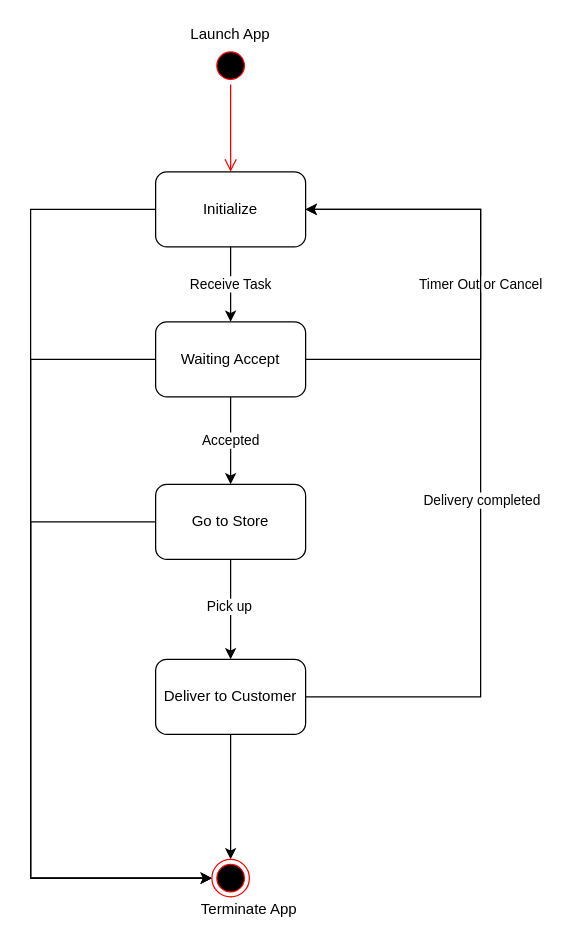
Before: page "status" (1 of 3) of EDP.drawio in cer-cer/notes, a draw.io diagram. Source tidied: cells renumbered, new cells numbered last; positions are measured from the earlier drawing's top-left corner, leaving out a move shared by most shapes. Both pictures are drawn from the tidied source at 125%, with x=0, y=0 at pixel (30, 21).
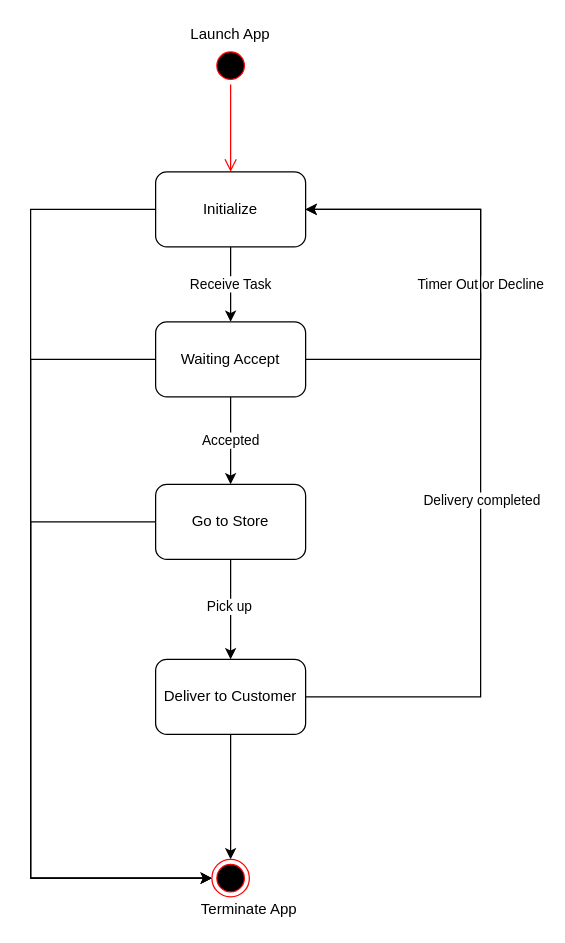
After the change.

The change refers to these unchanged cells:
```xml
<mxCell id="5" value="Waiting Accept" style="rounded=1;whiteSpace=wrap;html=1;" parent="1" vertex="1">
  <mxGeometry x="100" y="240" width="120" height="60" as="geometry" />
</mxCell>
<mxCell id="18" value="Initialize" style="rounded=1;whiteSpace=wrap;html=1;" parent="1" vertex="1">
  <mxGeometry x="100" y="120" width="120" height="60" as="geometry" />
</mxCell>
```

Diff of the diagram source:
```diff
@@
-    <mxCell id="4" value="Timer Out or Cancel" style="edgeStyle=orthogonalEdgeStyle;rounded=0;jettySize=auto;html=1;entryX=1;entryY=0.5;entryDx=0;entryDy=0;" parent="1" edge="1" source="5" target="18">
+    <mxCell id="4" value="Timer Out or Decline" style="edgeStyle=orthogonalEdgeStyle;rounded=0;jettySize=auto;html=1;entryX=1;entryY=0.5;entryDx=0;entryDy=0;" parent="1" edge="1" source="5" target="18">
       <mxGeometry relative="1" as="geometry">
         <Array as="points">
           <mxPoint x="360" y="270" />
           <mxPoint x="360" y="150" />
         </Array>
       </mxGeometry>
     </mxCell>
```
